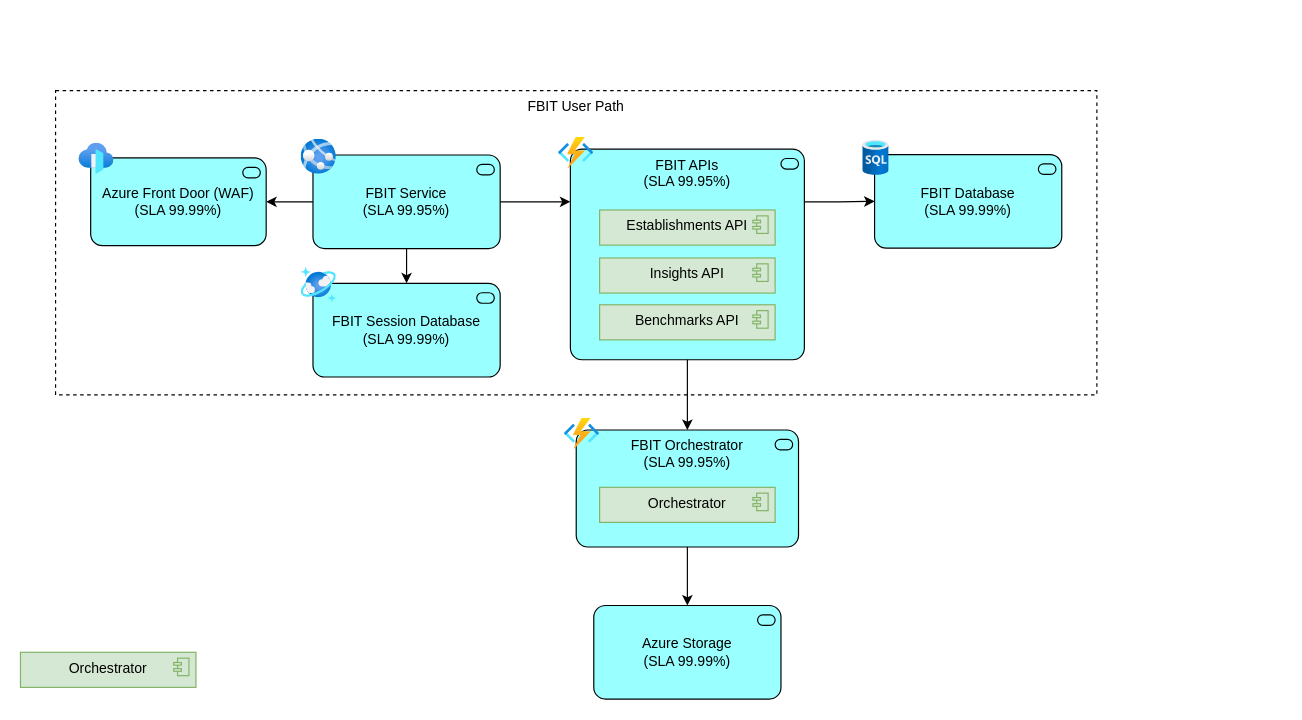
DFE-Digital/education-benchmarking-and-insights keeps this draw.io diagram as page "Interaction Viewpoint" (8 of 14) of documentation/architecture/FBIT-Diagrams.drawio. Above is the earlier version. Source tidied: cells renumbered, new cells numbered last; positions are measured from the earlier drawing's top-left corner, leaving out a move shared by most shapes. Both pictures are drawn from the tidied source at 117%, with x=0, y=0 at pixel (20, 90).
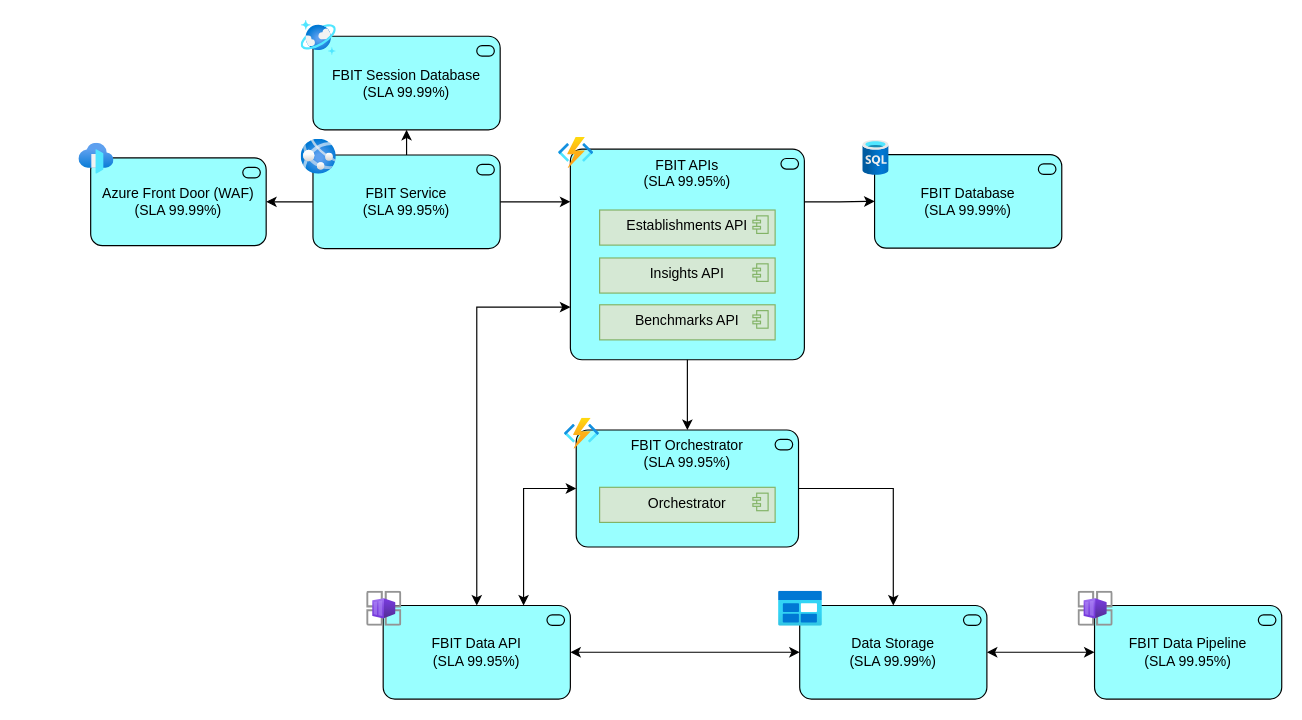
The same diagram, later.

The change refers to these unchanged cells:
```xml
<mxCell id="4" value="FBIT APIs&lt;br&gt;(SLA 99.95%)" style="html=1;outlineConnect=0;whiteSpace=wrap;fillColor=#99ffff;shape=mxgraph.archimate3.application;appType=serv;archiType=rounded;verticalAlign=top;" parent="3" vertex="1">
  <mxGeometry x="10" y="10" width="200" height="180" as="geometry" />
</mxCell>
<mxCell id="9" value="FBIT Service&lt;br&gt;(SLA 99.95%)" style="html=1;outlineConnect=0;whiteSpace=wrap;fillColor=#99ffff;shape=mxgraph.archimate3.application;appType=serv;archiType=rounded;" parent="1" vertex="1">
  <mxGeometry x="250" y="55" width="160" height="80" as="geometry" />
</mxCell>
<mxCell id="19" value="FBIT Session Database&lt;br&gt;(SLA 99.99%)" style="html=1;outlineConnect=0;whiteSpace=wrap;fillColor=#99ffff;shape=mxgraph.archimate3.application;appType=serv;archiType=rounded;" parent="18" vertex="1">
  <mxGeometry x="10" y="13.5" width="160" height="80" as="geometry" />
</mxCell>
<mxCell id="27" value="FBIT Orchestrator&lt;br&gt;(SLA 99.95%)" style="html=1;outlineConnect=0;whiteSpace=wrap;fillColor=#99ffff;shape=mxgraph.archimate3.application;appType=serv;archiType=rounded;verticalAlign=top;" parent="26" vertex="1">
  <mxGeometry x="10" y="10" width="190" height="100" as="geometry" />
</mxCell>
```

The edit, as a diff of the source:
```diff
@@
-    <mxCell id="2" value="FBIT User Path" style="rounded=0;whiteSpace=wrap;html=1;fillColor=none;dashed=1;verticalAlign=top;" parent="1" vertex="1">
-      <mxGeometry x="30" width="890" height="260" as="geometry" />
-    </mxCell>
@@
-    <mxCell id="6" style="edgeStyle=orthogonalEdgeStyle;rounded=0;jettySize=auto;html=1;exitX=0.5;exitY=1;exitDx=0;exitDy=0;exitPerimeter=0;" parent="1" edge="1" source="9" target="19">
+    <mxCell id="6" style="edgeStyle=orthogonalEdgeStyle;rounded=0;jettySize=auto;html=1;exitX=0.5;exitY=0;exitDx=0;exitDy=0;exitPerimeter=0;" parent="1" edge="1" source="9" target="19">
       <mxGeometry relative="1" as="geometry" />
     </mxCell>
@@
-    <mxCell id="14" value="Orchestrator" style="html=1;whiteSpace=wrap;fillColor=#d5e8d4;shape=mxgraph.archimate3.application;appType=comp;archiType=square;verticalAlign=top;strokeColor=#82b366;" parent="1" vertex="1">
-      <mxGeometry y="480" width="150" height="30" as="geometry" />
-    </mxCell>
@@
-    <mxCell id="17" value="Azure Storage&lt;br&gt;(SLA 99.99%)" style="html=1;outlineConnect=0;whiteSpace=wrap;fillColor=#99ffff;shape=mxgraph.archimate3.application;appType=serv;archiType=rounded;" parent="1" vertex="1">
-      <mxGeometry x="490" y="440" width="160" height="80" as="geometry" />
+    <mxCell id="17" value="FBIT Data Pipeline&lt;br&gt;(SLA 99.95%)" style="html=1;outlineConnect=0;whiteSpace=wrap;fillColor=#99ffff;shape=mxgraph.archimate3.application;appType=serv;archiType=rounded;" parent="1" vertex="1">
+      <mxGeometry x="918" y="440" width="160" height="80" as="geometry" />
     </mxCell>
     <mxCell id="18" style="group;" parent="1" vertex="1">
-      <mxGeometry x="240" y="151.2" width="170" height="93.5" as="geometry" />
+      <mxGeometry x="240" y="-60" width="170" height="93.5" as="geometry" />
     </mxCell>
@@
-    <mxCell id="30" style="edgeStyle=orthogonalEdgeStyle;rounded=0;jettySize=auto;html=1;exitX=0.5;exitY=1;exitDx=0;exitDy=0;exitPerimeter=0;entryX=0.5;entryY=0;entryDx=0;entryDy=0;entryPerimeter=0;" parent="1" edge="1" source="27" target="17">
+    <mxCell id="30" style="edgeStyle=orthogonalEdgeStyle;rounded=0;jettySize=auto;html=1;exitX=1;exitY=0.5;exitDx=0;exitDy=0;exitPerimeter=0;entryX=0.5;entryY=0;entryDx=0;entryDy=0;entryPerimeter=0;" parent="1" edge="1" source="27" target="32">
       <mxGeometry relative="1" as="geometry" />
     </mxCell>
+    <mxCell id="31" style="image;html=1;align=center;fontSize=12;image=img/lib/azure2/other/Container_App_Environments.svg;" parent="1" vertex="1">
+      <mxGeometry x="904" y="427.9" width="30" height="30" as="geometry" />
+    </mxCell>
+    <mxCell id="32" value="Data Storage&lt;br&gt;(SLA 99.99%)" style="html=1;outlineConnect=0;whiteSpace=wrap;fillColor=#99ffff;shape=mxgraph.archimate3.application;appType=serv;archiType=rounded;" parent="1" vertex="1">
+      <mxGeometry x="666" y="440" width="160" height="80" as="geometry" />
+    </mxCell>
+    <mxCell id="33" style="image;html=1;align=center;fontSize=12;image=img/lib/azure2/general/Blob_Block.svg;" parent="1" vertex="1">
+      <mxGeometry x="648" y="427.9" width="37.5" height="30" as="geometry" />
+    </mxCell>
+    <mxCell id="34" style="edgeStyle=orthogonalEdgeStyle;rounded=0;jettySize=auto;html=1;exitX=0;exitY=0.5;exitDx=0;exitDy=0;exitPerimeter=0;entryX=1;entryY=0.5;entryDx=0;entryDy=0;entryPerimeter=0;startArrow=classic;startFill=1;" parent="1" edge="1" source="17" target="32">
+      <mxGeometry relative="1" as="geometry" />
+    </mxCell>
+    <mxCell id="35" value="FBIT Data API&lt;br&gt;(SLA 99.95%)" style="html=1;outlineConnect=0;whiteSpace=wrap;fillColor=#99ffff;shape=mxgraph.archimate3.application;appType=serv;archiType=rounded;" parent="1" vertex="1">
+      <mxGeometry x="310" y="440" width="160" height="80" as="geometry" />
+    </mxCell>
+    <mxCell id="36" style="image;html=1;align=center;fontSize=12;image=img/lib/azure2/other/Container_App_Environments.svg;" parent="1" vertex="1">
+      <mxGeometry x="296" y="427.9" width="30" height="30" as="geometry" />
+    </mxCell>
+    <mxCell id="37" style="edgeStyle=orthogonalEdgeStyle;rounded=0;jettySize=auto;html=1;exitX=0;exitY=0.75;exitDx=0;exitDy=0;exitPerimeter=0;startArrow=classic;startFill=1;" parent="1" edge="1" source="4" target="35">
+      <mxGeometry relative="1" as="geometry" />
+    </mxCell>
+    <mxCell id="38" style="edgeStyle=orthogonalEdgeStyle;rounded=0;jettySize=auto;html=1;exitX=0;exitY=0.5;exitDx=0;exitDy=0;exitPerimeter=0;entryX=0.75;entryY=0;entryDx=0;entryDy=0;entryPerimeter=0;startArrow=classic;startFill=1;" parent="1" edge="1" source="27" target="35">
+      <mxGeometry relative="1" as="geometry" />
+    </mxCell>
+    <mxCell id="39" style="edgeStyle=orthogonalEdgeStyle;rounded=0;jettySize=auto;html=1;exitX=1;exitY=0.5;exitDx=0;exitDy=0;exitPerimeter=0;entryX=0;entryY=0.5;entryDx=0;entryDy=0;entryPerimeter=0;startArrow=classic;startFill=1;" parent="1" edge="1" source="35" target="32">
+      <mxGeometry relative="1" as="geometry" />
+    </mxCell>
```
